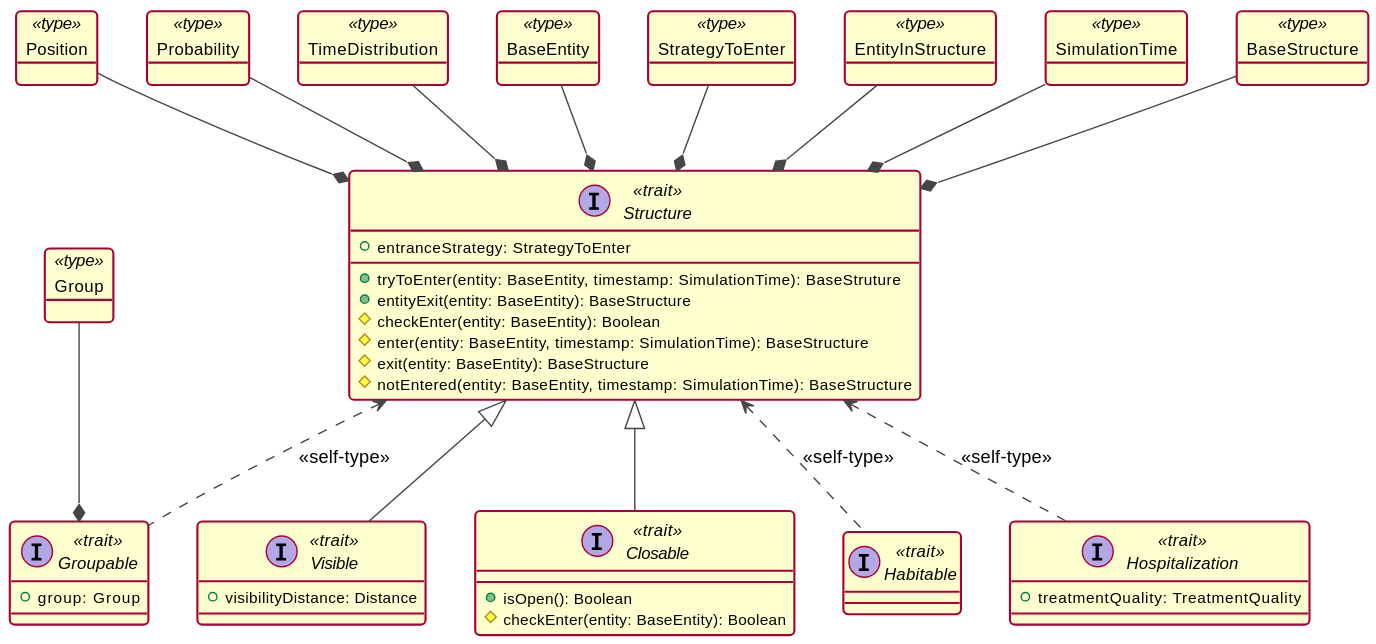
VirusSpreadSimulator/PPS-22-virsim keeps this PlantUML diagram as doc/report/imgs/detailed_design_structure.svg. Above is the earlier version.
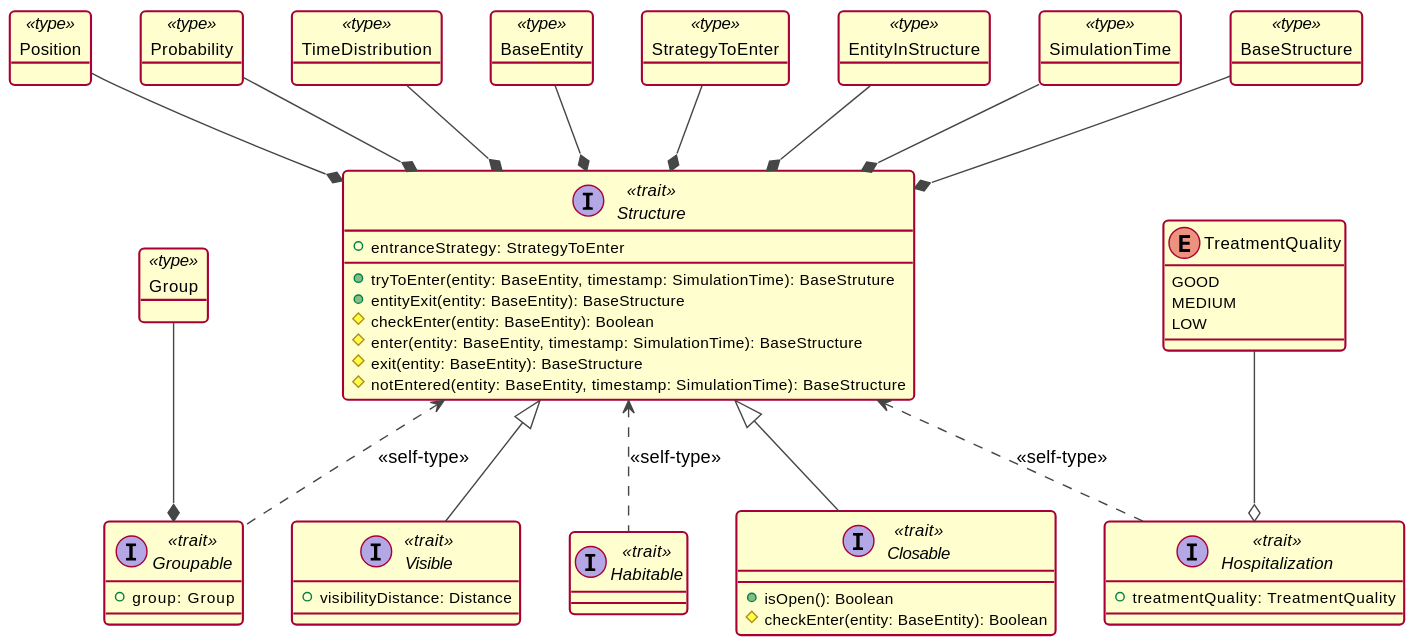
After the change.

Commit message:
chore: update structure base diagram

Diff of the diagram source:
```diff
@@ -30,6 +30,12 @@
 + treatmentQuality: TreatmentQuality
 }
 
+enum TreatmentQuality {
+GOOD
+MEDIUM
+LOW
+}
+
 object Position <<type>>
 object Probability <<type>>
 object TimeDistribution <<type>>
@@ -47,6 +53,8 @@
 Structure <.. Habitable: <<self-type>>
 Structure <.. Hospitalization: <<self-type>>
 
+TreatmentQuality --o Hospitalization
+
 Position --* Structure
 Probability --* Structure
 TimeDistribution --* Structure
```
